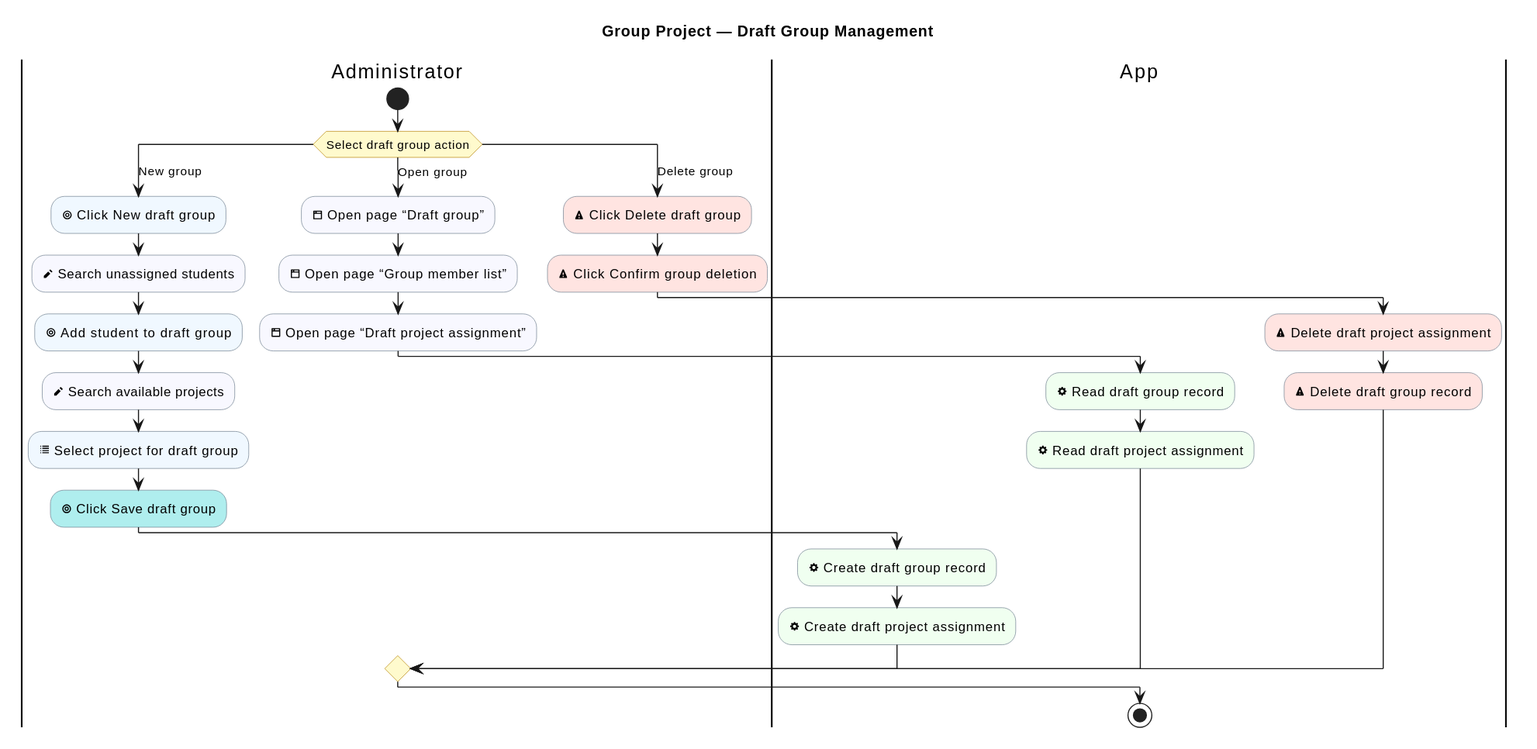
Before: industrial-placement-group-project/diagrams/group-project/draft-group-management.svg, a diagram exported from PlantUML (sdflkjssl/sdflkjssl.github.io).
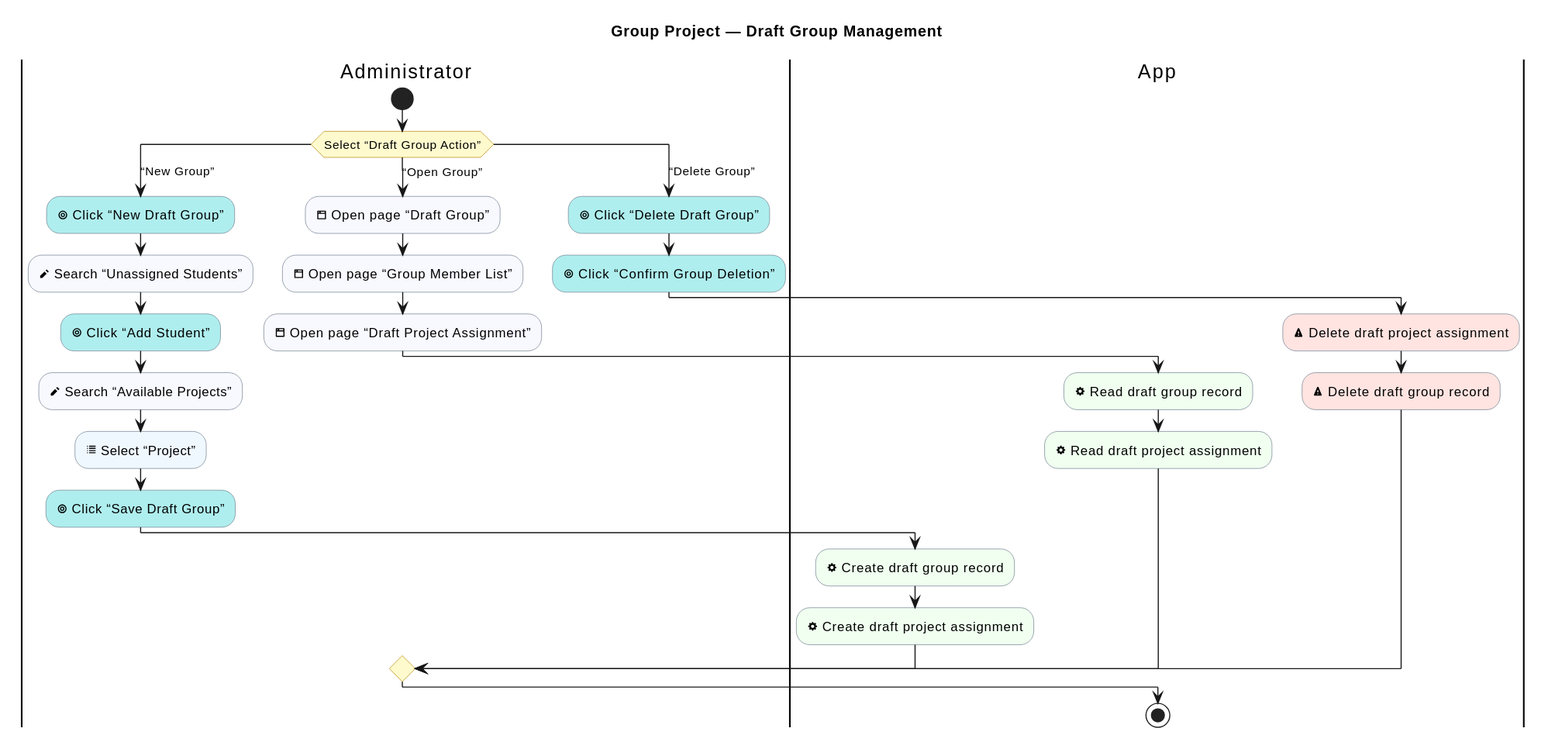
Later version of the same file.

Diff of the diagram source:
```diff
@@ -12,30 +12,30 @@
 
 |Administrator|
 start
-switch (Select draft group action)
-case (New group)
+switch (Select “Draft Group Action”)
+case (“New Group”)
   |Administrator|
-  :<&target> Click New draft group; <<#AliceBlue>>
-  :<&pencil> Search unassigned students; <<#GhostWhite>>
-  :<&target> Add student to draft group; <<#AliceBlue>>
-  :<&pencil> Search available projects; <<#GhostWhite>>
-  :<&list> Select project for draft group; <<#AliceBlue>>
-  :<&target> Click Save draft group; <<#PaleTurquoise>>
+  :<&target> Click “New Draft Group”; <<#PaleTurquoise>>
+  :<&pencil> Search “Unassigned Students”; <<#GhostWhite>>
+  :<&target> Click “Add Student”; <<#PaleTurquoise>>
+  :<&pencil> Search “Available Projects”; <<#GhostWhite>>
+  :<&list> Select “Project”; <<#AliceBlue>>
+  :<&target> Click “Save Draft Group”; <<#PaleTurquoise>>
   |App|
   :<&cog> Create draft group record; <<#HoneyDew>>
   :<&cog> Create draft project assignment; <<#HoneyDew>>
-case (Open group)
+case (“Open Group”)
   |Administrator|
-  :<&browser> Open page “Draft group”; <<#GhostWhite>>
-  :<&browser> Open page “Group member list”; <<#GhostWhite>>
-  :<&browser> Open page “Draft project assignment”; <<#GhostWhite>>
+  :<&browser> Open page “Draft Group”; <<#GhostWhite>>
+  :<&browser> Open page “Group Member List”; <<#GhostWhite>>
+  :<&browser> Open page “Draft Project Assignment”; <<#GhostWhite>>
   |App|
   :<&cog> Read draft group record; <<#HoneyDew>>
   :<&cog> Read draft project assignment; <<#HoneyDew>>
-case (Delete group)
+case (“Delete Group”)
   |Administrator|
-  :<&warning> Click Delete draft group; <<#MistyRose>>
-  :<&warning> Click Confirm group deletion; <<#MistyRose>>
+  :<&target> Click “Delete Draft Group”; <<#PaleTurquoise>>
+  :<&target> Click “Confirm Group Deletion”; <<#PaleTurquoise>>
   |App|
   :<&warning> Delete draft project assignment; <<#MistyRose>>
   :<&warning> Delete draft group record; <<#MistyRose>>
```
